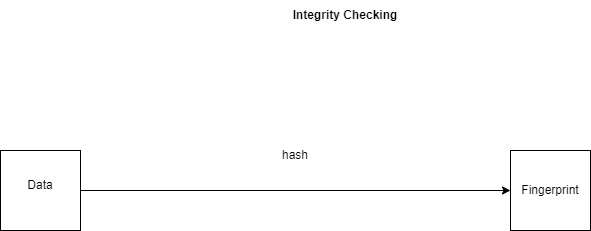
Before: Diagrams/Integrity checking.drawio.png, a diagram exported from draw.io (PriyathamVarma/NFT-Basics-to-Jedi). Source tidied: cells renumbered, new cells last; positions are measured from the earlier drawing's top-left corner, leaving out a move shared by most shapes.
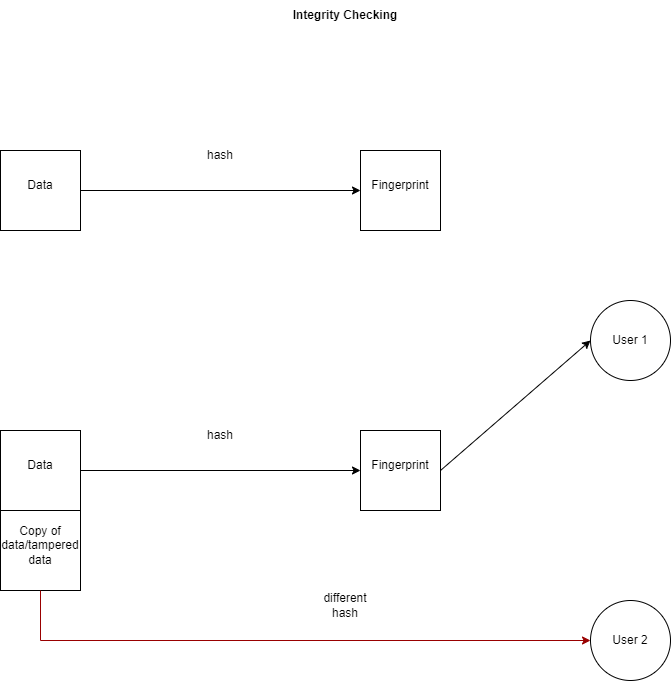
After the change.

The edit, as a diff of the source:
```diff
@@ -9,19 +9,68 @@
       <mxGeometry x="10" y="170" width="60" height="30" as="geometry" />
     </mxCell>
     <mxCell id="4" style="whiteSpace=wrap;html=1;" parent="1" vertex="1">
-      <mxGeometry x="510" y="150" width="80" height="80" as="geometry" />
+      <mxGeometry x="360" y="150" width="80" height="80" as="geometry" />
     </mxCell>
     <mxCell id="5" value="&lt;b&gt;Integrity Checking&lt;/b&gt;" style="text;html=1;strokeColor=none;fillColor=none;align=center;verticalAlign=middle;whiteSpace=wrap;rounded=0;" parent="1" vertex="1">
       <mxGeometry x="270" width="150" height="30" as="geometry" />
     </mxCell>
     <mxCell id="6" value="Fingerprint" style="text;html=1;strokeColor=none;fillColor=none;align=center;verticalAlign=middle;whiteSpace=wrap;rounded=0;" parent="1" vertex="1">
-      <mxGeometry x="520" y="175" width="60" height="30" as="geometry" />
+      <mxGeometry x="370" y="170" width="60" height="30" as="geometry" />
     </mxCell>
     <mxCell id="7" style="endArrow=classic;html=1;rounded=0;exitX=1;exitY=0.5;exitDx=0;exitDy=0;entryX=0;entryY=0.5;entryDx=0;entryDy=0;" parent="1" edge="1" source="2" target="4">
       <mxGeometry relative="1" as="geometry" />
     </mxCell>
     <mxCell id="8" value="hash" style="text;html=1;strokeColor=none;fillColor=none;align=center;verticalAlign=middle;whiteSpace=wrap;rounded=0;" parent="1" vertex="1">
-      <mxGeometry x="265" y="140" width="60" height="30" as="geometry" />
+      <mxGeometry x="190" y="140" width="60" height="30" as="geometry" />
     </mxCell>
+    <mxCell id="9" style="ellipse;whiteSpace=wrap;html=1;" parent="1" vertex="1">
+      <mxGeometry x="590" y="300" width="80" height="80" as="geometry" />
+    </mxCell>
+    <mxCell id="10" style="whiteSpace=wrap;html=1;" parent="1" vertex="1">
+      <mxGeometry y="430" width="80" height="80" as="geometry" />
+    </mxCell>
+    <mxCell id="11" value="Data" style="text;html=1;strokeColor=none;fillColor=none;align=center;verticalAlign=middle;whiteSpace=wrap;rounded=0;" parent="1" vertex="1">
+      <mxGeometry x="10" y="450" width="60" height="30" as="geometry" />
+    </mxCell>
+    <mxCell id="12" style="whiteSpace=wrap;html=1;" parent="1" vertex="1">
+      <mxGeometry x="360" y="430" width="80" height="80" as="geometry" />
+    </mxCell>
+    <mxCell id="13" value="Fingerprint" style="text;html=1;strokeColor=none;fillColor=none;align=center;verticalAlign=middle;whiteSpace=wrap;rounded=0;" parent="1" vertex="1">
+      <mxGeometry x="370" y="450" width="60" height="30" as="geometry" />
+    </mxCell>
+    <mxCell id="14" style="endArrow=classic;html=1;rounded=0;exitX=1;exitY=0.5;exitDx=0;exitDy=0;entryX=0;entryY=0.5;entryDx=0;entryDy=0;" parent="1" edge="1" source="10" target="12">
+      <mxGeometry relative="1" as="geometry" />
+    </mxCell>
+    <mxCell id="15" value="hash" style="text;html=1;strokeColor=none;fillColor=none;align=center;verticalAlign=middle;whiteSpace=wrap;rounded=0;" parent="1" vertex="1">
+      <mxGeometry x="190" y="420" width="60" height="30" as="geometry" />
+    </mxCell>
+    <mxCell id="16" style="ellipse;whiteSpace=wrap;html=1;" parent="1" vertex="1">
+      <mxGeometry x="590" y="600" width="80" height="80" as="geometry" />
+    </mxCell>
+    <mxCell id="17" style="endArrow=classic;html=1;rounded=0;exitX=1;exitY=0.5;exitDx=0;exitDy=0;entryX=0;entryY=0.5;entryDx=0;entryDy=0;" parent="1" edge="1" source="12" target="9">
+      <mxGeometry relative="1" as="geometry" />
+    </mxCell>
+    <mxCell id="18" value="User 1" style="text;html=1;strokeColor=none;fillColor=none;align=center;verticalAlign=middle;whiteSpace=wrap;rounded=0;" parent="1" vertex="1">
+      <mxGeometry x="600" y="325" width="60" height="30" as="geometry" />
+    </mxCell>
+    <mxCell id="19" style="whiteSpace=wrap;html=1;" parent="1" vertex="1">
+      <mxGeometry y="510" width="80" height="80" as="geometry" />
+    </mxCell>
+    <mxCell id="20" value="Copy of data/tampered data" style="text;html=1;strokeColor=none;fillColor=none;align=center;verticalAlign=middle;whiteSpace=wrap;rounded=0;" parent="1" vertex="1">
+      <mxGeometry x="10" y="530" width="60" height="30" as="geometry" />
+    </mxCell>
+    <mxCell id="21" style="endArrow=classic;html=1;rounded=0;exitX=0.5;exitY=1;exitDx=0;exitDy=0;entryX=0;entryY=0.5;entryDx=0;entryDy=0;strokeColor=#990000;" parent="1" edge="1" source="19" target="16">
+      <mxGeometry relative="1" as="geometry">
+        <Array as="points">
+          <mxPoint x="40" y="640" />
+        </Array>
+      </mxGeometry>
+    </mxCell>
+    <mxCell id="22" value="User 2" style="text;html=1;strokeColor=none;fillColor=none;align=center;verticalAlign=middle;whiteSpace=wrap;rounded=0;" parent="1" vertex="1">
+      <mxGeometry x="600" y="625" width="60" height="30" as="geometry" />
+    </mxCell>
+    <mxCell id="23" value="different hash" style="text;html=1;strokeColor=none;fillColor=none;align=center;verticalAlign=middle;whiteSpace=wrap;rounded=0;" parent="1" vertex="1">
+      <mxGeometry x="315" y="590" width="60" height="30" as="geometry" />
+    </mxCell>
   </root>
 </mxGraphModel>
```
